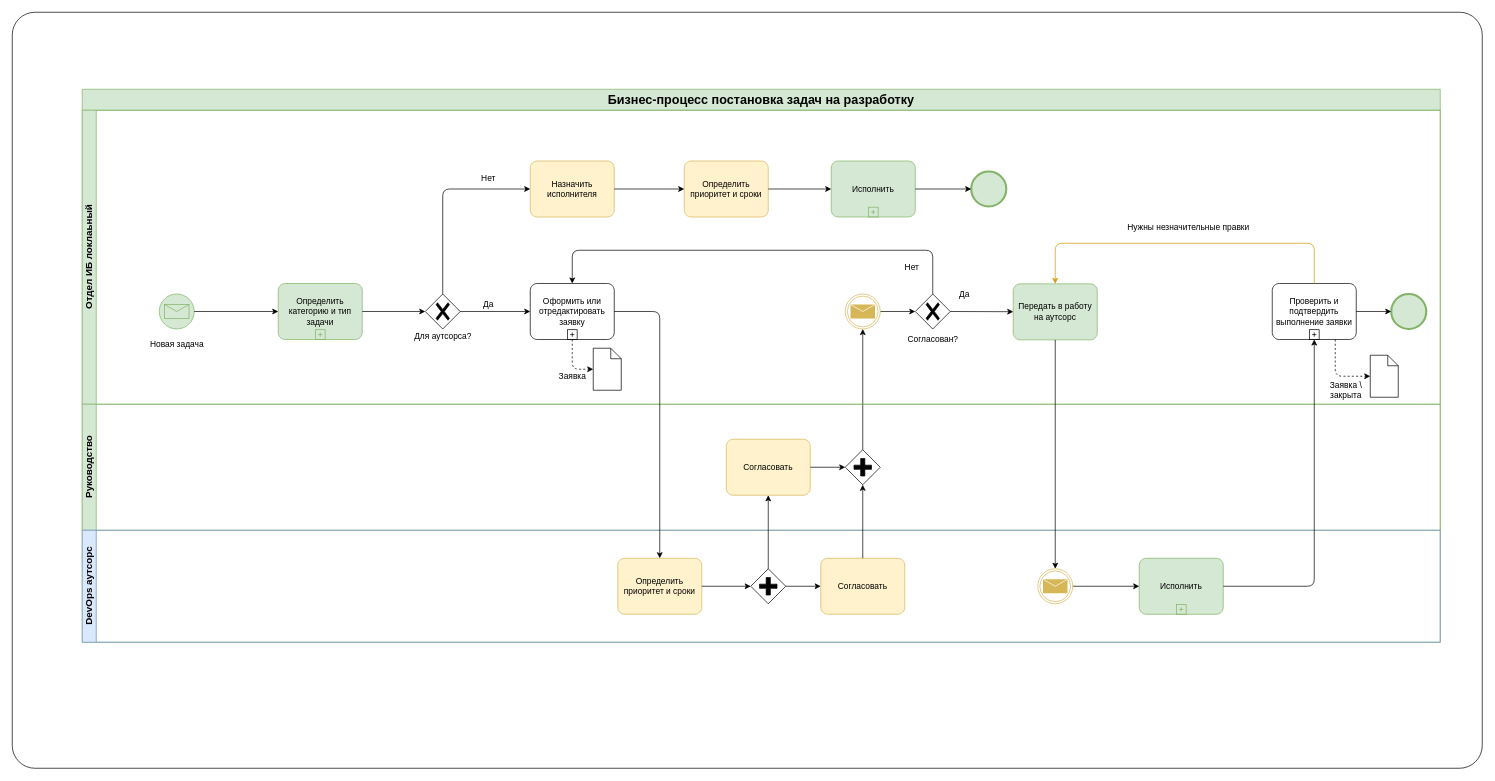
This is Рабочие примеры артефактов/BPMN бизнес-процессы поставновки задач в ИБ.drawio from Heritager-tech/Heritager-tech, a draw.io file, before an edit. Source tidied: cells renumbered, new cells numbered last; positions are measured from the earlier drawing's top-left corner, leaving out a move shared by most shapes. Both pictures are drawn from the tidied source at 70%, with x=0, y=0 at pixel (12, 12). Pictures stored in the file or linked from it are replaced by grey dashed boxes.
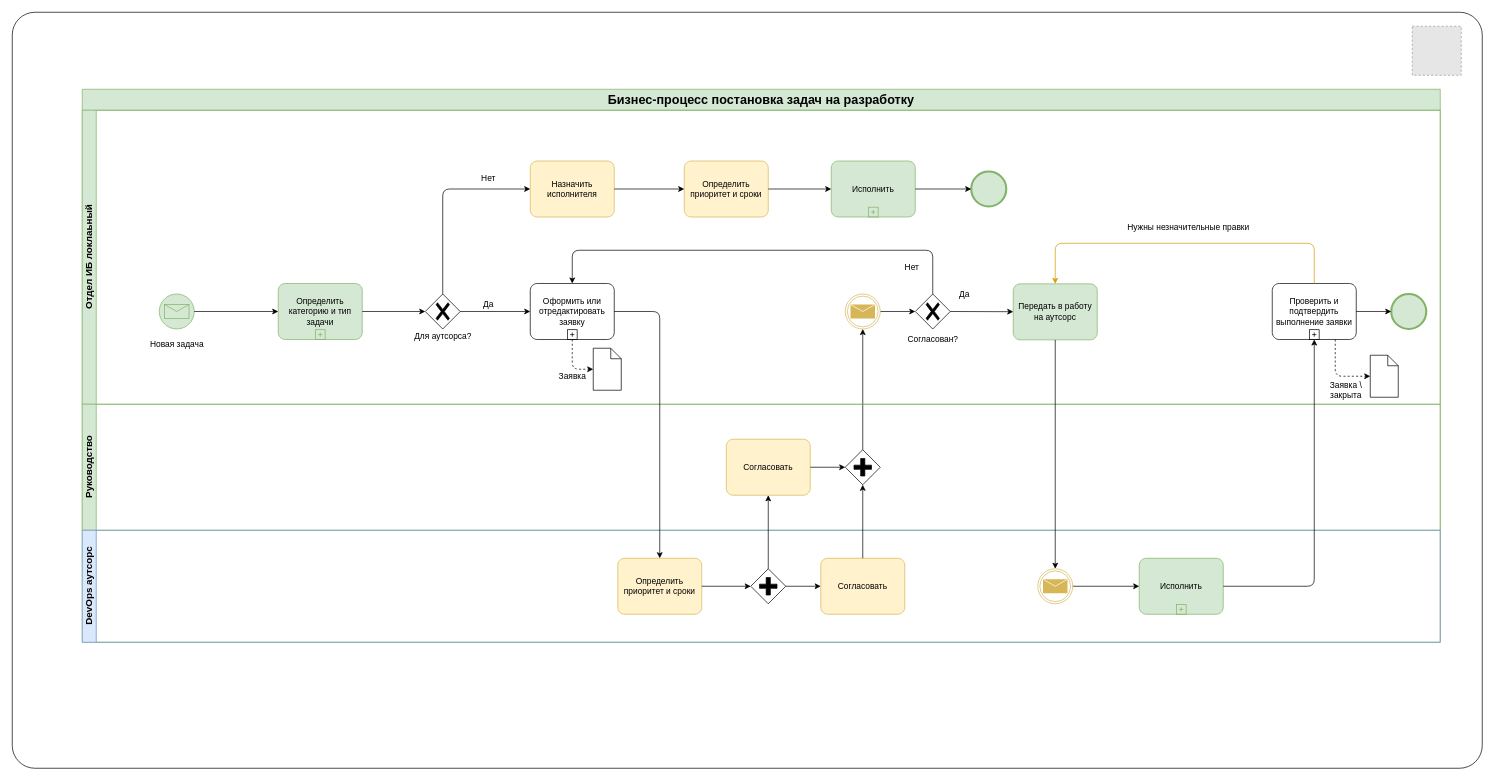
Above is the later version.

The edit, as a diff of the source:
```diff
@@
+    <mxCell id="63" style="fillColor=#E6E6E6;strokeColor=#999999;dashed=1;verticalLabelPosition=bottom;labelBackgroundColor=default;verticalAlign=top;" parent="1" vertex="1">
+      <mxGeometry x="2000" y="20" width="70" height="70" as="geometry" />
+    </mxCell>
```
